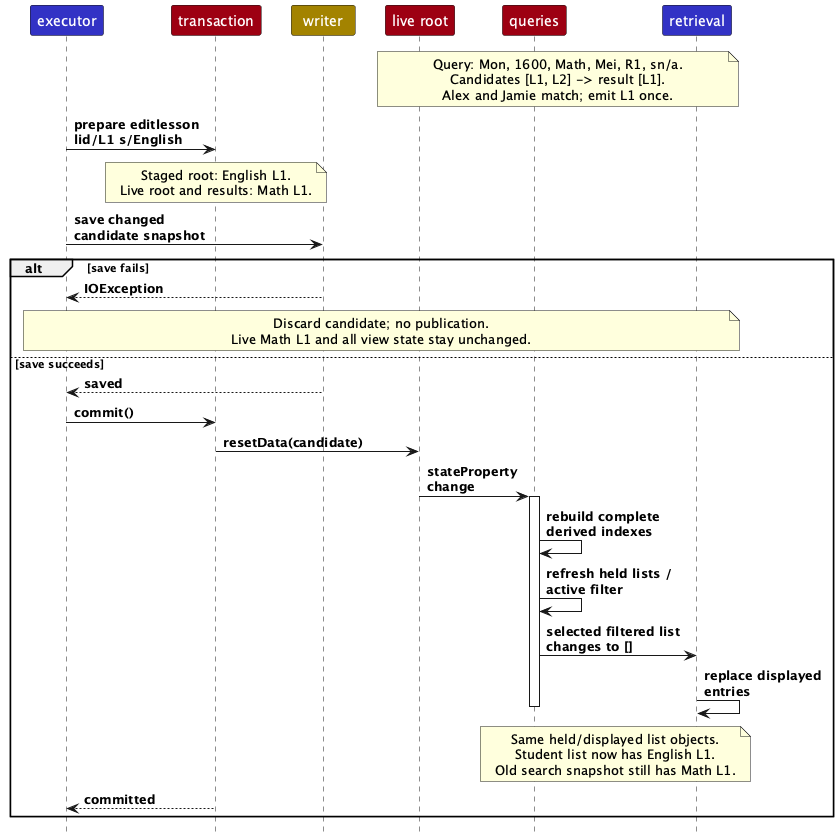
Earlier version of the PlantUML export docs/images/LessonQueryRefresh.png (AY2627S1-CS2103T-F13-3/tp).
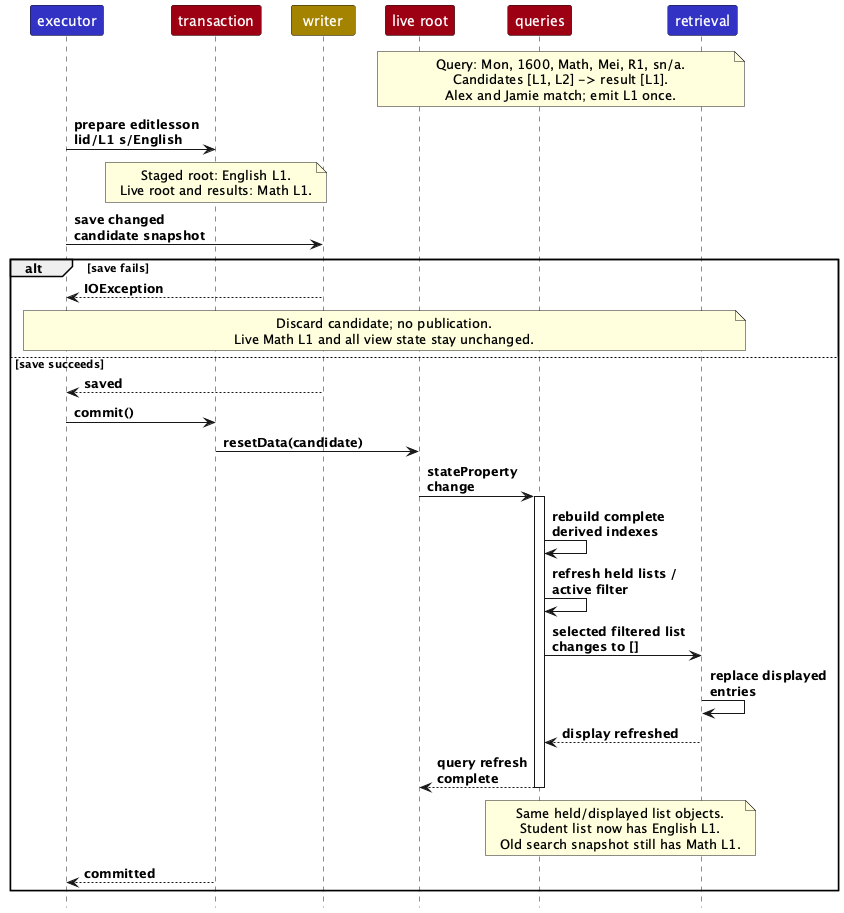
Above is the later version.

Commit message:
Correct query refresh sequence activation

Keep queries active through the synchronous retrieval callback and its
return, then show the refresh returning to the live root. Clarify the
component-role abstraction in the guide caption.

Preserve Benjamin Ng's original diagram and feature authorship. Zhu Zhi Yu
prepared this focused continuation with OpenAI Codex assistance.

Diff of the diagram source:
```diff
@@ -38,6 +38,8 @@
     queries -> queries : refresh held lists / active filter
     queries -> retrieval : selected filtered list changes to []
     retrieval -> retrieval : replace displayed entries
+    retrieval --> queries : display refreshed
+    queries --> live : query refresh complete
     deactivate queries
     note over queries, retrieval
       Same held/displayed list objects.
```
